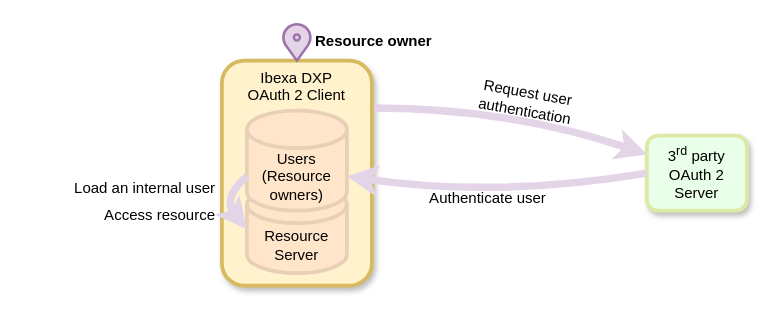
Above: docs/users/diagram_source/oauth2-client.drawio in ibexa/documentation-developer (draw.io), before the change. Source tidied: cells renumbered, new cells numbered last; positions are measured from the earlier drawing's top-left corner, leaving out a move shared by most shapes. Both pictures are drawn from the tidied source at 125%, with x=0, y=0 at pixel (30, 22).
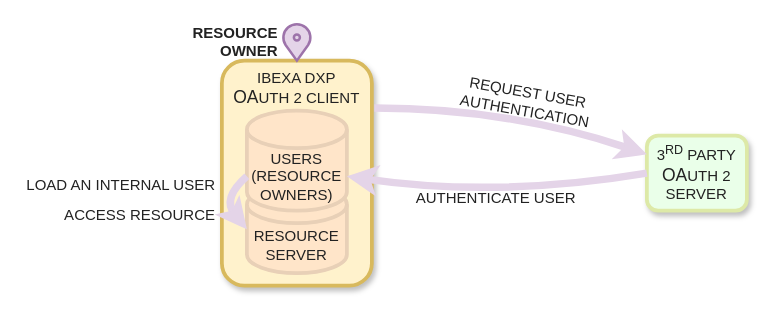
Above is the later version.

Commit message (it also covers changes not shown here):
OAuth diagrams: Capitalize

The edit, as a diff of the source:
```diff
@@
 <mxGraphModel>
   <root>
     <mxCell id="0" />
     <mxCell id="1" parent="0" />
-    <mxCell id="2" value="Ibexa DXP&lt;br&gt;OAuth 2 Client" style="rounded=1;whiteSpace=wrap;horizontal=1;verticalAlign=top;shadow=1;fillColor=#FFF2CC;strokeWidth=3;strokeColor=#D8B95D;html=1;" parent="1" vertex="1">
+    <mxCell id="2" value="&lt;font color=&quot;#222222&quot;&gt;IBEXA DXP&lt;br&gt;&lt;font style=&quot;font-size: 14px;&quot;&gt;OA&lt;/font&gt;UTH 2 CLIENT&lt;/font&gt;" style="rounded=1;whiteSpace=wrap;horizontal=1;verticalAlign=top;shadow=1;fillColor=#FFF2CC;strokeWidth=3;strokeColor=#D8B95D;html=1;" parent="1" vertex="1">
       <mxGeometry x="153" y="30" width="120" height="180" as="geometry" />
     </mxCell>
-    <mxCell id="3" value="Resource&lt;br&gt;Server" style="shape=cylinder3;whiteSpace=wrap;html=1;boundedLbl=1;backgroundOutline=1;size=15;fillColor=#ffe5c9;strokeColor=#E8D0B7;strokeWidth=3;" parent="1" vertex="1">
+    <mxCell id="3" value="&lt;font color=&quot;#222222&quot;&gt;RESOURCE SERVER&lt;/font&gt;" style="shape=cylinder3;whiteSpace=wrap;html=1;boundedLbl=1;backgroundOutline=1;size=15;fillColor=#ffe5c9;strokeColor=#E8D0B7;strokeWidth=3;" parent="1" vertex="1">
       <mxGeometry x="173" y="130" width="80" height="70" as="geometry" />
     </mxCell>
-    <mxCell id="4" value="Users&lt;br&gt;(Resource owners)" style="shape=cylinder3;whiteSpace=wrap;html=1;boundedLbl=1;backgroundOutline=1;size=15;fillColor=#ffe5c9;strokeColor=#E8D0B7;strokeWidth=3;" parent="1" vertex="1">
+    <mxCell id="4" value="&lt;font color=&quot;#222222&quot;&gt;USERS&lt;br&gt;(RESOURCE OWNERS)&lt;/font&gt;" style="shape=cylinder3;whiteSpace=wrap;html=1;boundedLbl=1;backgroundOutline=1;size=15;fillColor=#ffe5c9;strokeColor=#E8D0B7;strokeWidth=3;" parent="1" vertex="1">
       <mxGeometry x="173" y="70" width="80" height="80" as="geometry" />
     </mxCell>
-    <mxCell id="5" value="3&lt;sup&gt;rd&lt;/sup&gt; party&lt;br&gt;OAuth 2 Server" style="rounded=1;whiteSpace=wrap;html=1;shadow=1;fillColor=#EAFFE9;strokeWidth=3;strokeColor=#DDE9A7;" parent="1" vertex="1">
+    <mxCell id="5" value="&lt;font color=&quot;#222222&quot;&gt;3&lt;sup&gt;RD&lt;/sup&gt; PARTY&lt;br&gt;&lt;font style=&quot;font-size: 14px;&quot;&gt;OA&lt;/font&gt;UTH 2 SERVER&lt;/font&gt;" style="rounded=1;whiteSpace=wrap;html=1;shadow=1;fillColor=#EAFFE9;strokeWidth=3;strokeColor=#DDE9A7;" parent="1" vertex="1">
       <mxGeometry x="493" y="90" width="80" height="60" as="geometry" />
     </mxCell>
-    <mxCell id="6" value="Authenticate user" style="text;html=1;align=center;verticalAlign=middle;whiteSpace=wrap;rounded=0;" parent="1" vertex="1">
-      <mxGeometry x="316" y="125" width="100" height="30" as="geometry" />
-    </mxCell>
-    <mxCell id="7" value="Request user authentication" style="text;html=1;align=center;verticalAlign=middle;whiteSpace=wrap;rounded=0;rotation=10;" parent="1" vertex="1">
+    <mxCell id="7" value="&lt;font color=&quot;#222222&quot;&gt;REQUEST USER AUTHENTICATION&lt;/font&gt;" style="text;html=1;align=center;verticalAlign=middle;whiteSpace=wrap;rounded=0;rotation=10;" parent="1" vertex="1">
       <mxGeometry x="367" y="48" width="60" height="30" as="geometry" />
     </mxCell>
-    <mxCell id="8" value="&lt;p style=&quot;line-height: 180%;&quot;&gt;Load an internal user&lt;br&gt;Access resource&lt;/p&gt;" style="text;html=1;align=right;verticalAlign=middle;whiteSpace=wrap;rounded=0;" parent="1" vertex="1">
-      <mxGeometry y="128" width="150" height="30" as="geometry" />
+    <mxCell id="8" value="&lt;p style=&quot;line-height: 200%;&quot;&gt;&lt;font color=&quot;#222222&quot;&gt;LOAD AN INTERNAL USER&lt;br&gt;ACCESS RESOURCE&lt;/font&gt;&lt;/p&gt;" style="text;html=1;align=right;verticalAlign=middle;whiteSpace=wrap;rounded=0;" parent="1" vertex="1">
+      <mxGeometry x="-7" y="126" width="157" height="30" as="geometry" />
     </mxCell>
     <mxCell id="9" style="endArrow=classic;html=1;rounded=0;exitX=1.017;exitY=0.211;exitDx=0;exitDy=0;exitPerimeter=0;entryX=0;entryY=0.25;entryDx=0;entryDy=0;curved=1;strokeColor=#E4D4E8;strokeWidth=6;" parent="1" edge="1" source="2" target="5">
       <mxGeometry relative="1" as="geometry">
         <Array as="points">
           <mxPoint x="383" y="68" />
         </Array>
       </mxGeometry>
     </mxCell>
     <mxCell id="10" style="endArrow=classic;html=1;rounded=0;exitX=0;exitY=0.5;exitDx=0;exitDy=0;entryX=1;entryY=0;entryDx=0;entryDy=52.5;entryPerimeter=0;curved=1;strokeColor=#E4D4E8;strokeWidth=6;" parent="1" edge="1" source="5" target="4">
       <mxGeometry relative="1" as="geometry">
         <Array as="points">
           <mxPoint x="373" y="140" />
         </Array>
       </mxGeometry>
     </mxCell>
     <mxCell id="11" style="endArrow=classic;html=1;rounded=0;exitX=0;exitY=0;exitDx=0;exitDy=52.5;exitPerimeter=0;entryX=0;entryY=0.5;entryDx=0;entryDy=0;entryPerimeter=0;curved=1;strokeColor=#E4D4E8;strokeWidth=6;" parent="1" edge="1" source="4" target="3">
       <mxGeometry relative="1" as="geometry">
         <Array as="points">
           <mxPoint x="153" y="140" />
         </Array>
       </mxGeometry>
     </mxCell>
     <mxCell id="12" style="html=1;verticalLabelPosition=bottom;align=center;labelBackgroundColor=#ffffff;verticalAlign=top;strokeWidth=2;strokeColor=#9D73AA;shadow=0;dashed=0;shape=mxgraph.ios7.icons.location;fillColor=#E4D4E8;" parent="1" vertex="1">
       <mxGeometry x="201" width="24" height="30" as="geometry" />
     </mxCell>
-    <mxCell id="13" value="Resource owner" style="text;html=1;align=left;verticalAlign=middle;whiteSpace=wrap;rounded=0;fontStyle=1;" parent="1" vertex="1">
-      <mxGeometry x="226" width="97" height="30" as="geometry" />
+    <mxCell id="13" value="&lt;font color=&quot;#222222&quot;&gt;RESOURCE OWNER&lt;/font&gt;" style="text;html=1;align=right;verticalAlign=middle;whiteSpace=wrap;rounded=0;fontStyle=1;" parent="1" vertex="1">
+      <mxGeometry x="103" width="97" height="30" as="geometry" />
     </mxCell>
+    <mxCell id="6" value="&lt;font color=&quot;#222222&quot;&gt;AUTHENTICATE USER&lt;/font&gt;" style="text;html=1;align=center;verticalAlign=middle;whiteSpace=wrap;rounded=0;" parent="1" vertex="1">
+      <mxGeometry x="304" y="125" width="137" height="30" as="geometry" />
+    </mxCell>
   </root>
 </mxGraphModel>
```
